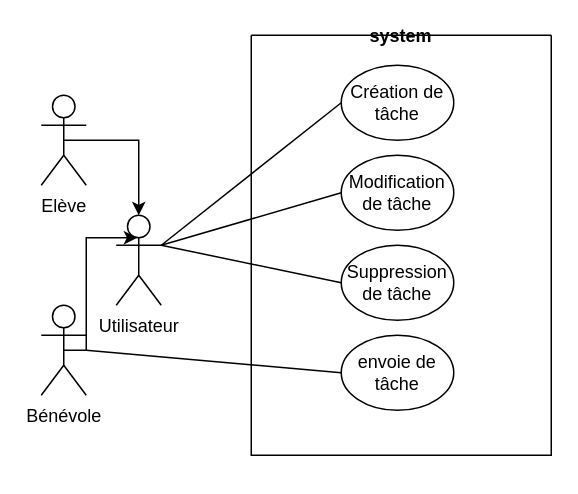
Before: UserCaseGestionTaches.drawio in ThomasOCRPython/P2-design, a draw.io diagram. Source tidied: cells renumbered, new cells numbered last; positions are measured from the earlier drawing's top-left corner, leaving out a move shared by most shapes. Both pictures are drawn from the tidied source at 150%, with x=0, y=0 at pixel (40, 34).
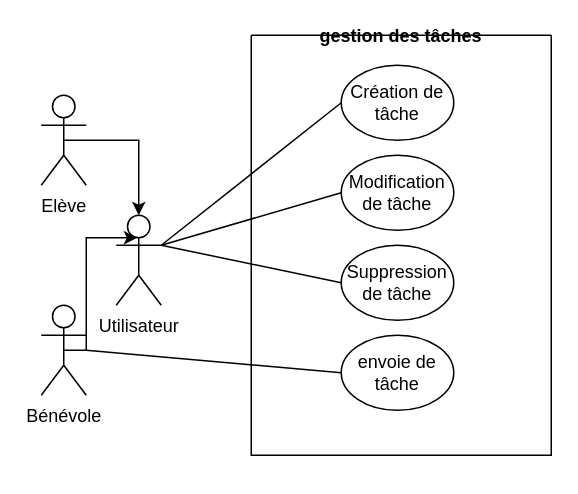
Above is the later version.

Diff of the diagram source:
```diff
@@
 <mxGraphModel>
   <root>
     <mxCell id="0" />
     <mxCell id="1" parent="0" />
     <mxCell id="2" value="Utilisateur" style="shape=umlActor;verticalLabelPosition=bottom;verticalAlign=top;html=1;outlineConnect=0;" parent="1" vertex="1">
       <mxGeometry x="50" y="120" width="30" height="60" as="geometry" />
     </mxCell>
     <mxCell id="3" style="edgeStyle=orthogonalEdgeStyle;rounded=0;jettySize=auto;html=1;exitX=0.5;exitY=0.5;exitDx=0;exitDy=0;exitPerimeter=0;entryX=0.467;entryY=0.25;entryDx=0;entryDy=0;entryPerimeter=0;" parent="1" edge="1" source="4" target="2">
       <mxGeometry relative="1" as="geometry">
         <Array as="points">
           <mxPoint x="30" y="210" />
           <mxPoint x="30" y="135" />
         </Array>
       </mxGeometry>
     </mxCell>
     <mxCell id="4" value="Bénévole" style="shape=umlActor;verticalLabelPosition=bottom;verticalAlign=top;html=1;outlineConnect=0;" parent="1" vertex="1">
       <mxGeometry y="180" width="30" height="60" as="geometry" />
     </mxCell>
     <mxCell id="5" style="edgeStyle=orthogonalEdgeStyle;rounded=0;jettySize=auto;html=1;exitX=0.5;exitY=0.5;exitDx=0;exitDy=0;exitPerimeter=0;" parent="1" edge="1" source="6" target="2">
       <mxGeometry relative="1" as="geometry" />
     </mxCell>
     <mxCell id="6" value="Elève" style="shape=umlActor;verticalLabelPosition=bottom;verticalAlign=top;html=1;outlineConnect=0;" parent="1" vertex="1">
       <mxGeometry y="40" width="30" height="60" as="geometry" />
     </mxCell>
-    <mxCell id="7" value="system" style="swimlane;startSize=0;" parent="1" vertex="1">
+    <mxCell id="7" value="gestion des tâches" style="swimlane;startSize=0;" parent="1" vertex="1">
       <mxGeometry x="140" width="200" height="280" as="geometry" />
     </mxCell>
     <mxCell id="8" value="Création de tâche" style="ellipse;whiteSpace=wrap;html=1;" parent="7" vertex="1">
       <mxGeometry x="60" y="20" width="75" height="50" as="geometry" />
     </mxCell>
     <mxCell id="9" value="Modification de tâche" style="ellipse;whiteSpace=wrap;html=1;" parent="7" vertex="1">
       <mxGeometry x="60" y="80" width="75" height="50" as="geometry" />
     </mxCell>
     <mxCell id="10" value="envoie de tâche" style="ellipse;whiteSpace=wrap;html=1;" parent="7" vertex="1">
       <mxGeometry x="60" y="200" width="75" height="50" as="geometry" />
     </mxCell>
     <mxCell id="11" value="Suppression de tâche" style="ellipse;whiteSpace=wrap;html=1;" parent="7" vertex="1">
       <mxGeometry x="60" y="140" width="75" height="50" as="geometry" />
     </mxCell>
     <mxCell id="12" style="edgeStyle=orthogonalEdgeStyle;rounded=0;orthogonalLoop=1;jettySize=auto;html=1;exitX=0.5;exitY=1;exitDx=0;exitDy=0;" parent="1" edge="1" source="7" target="7">
       <mxGeometry relative="1" as="geometry" />
     </mxCell>
     <mxCell id="13" style="endArrow=none;html=1;entryX=0;entryY=0.5;entryDx=0;entryDy=0;" parent="1" edge="1" target="10">
       <mxGeometry relative="1" as="geometry">
         <mxPoint x="30" y="210" as="sourcePoint" />
       </mxGeometry>
     </mxCell>
     <mxCell id="14" style="endArrow=none;html=1;entryX=0;entryY=0.5;entryDx=0;entryDy=0;exitX=1;exitY=0.3333333333333333;exitDx=0;exitDy=0;exitPerimeter=0;" parent="1" edge="1" source="2" target="11">
       <mxGeometry relative="1" as="geometry" />
     </mxCell>
     <mxCell id="15" style="endArrow=none;html=1;entryX=0;entryY=0.5;entryDx=0;entryDy=0;" parent="1" edge="1" target="9">
       <mxGeometry relative="1" as="geometry">
         <mxPoint x="80" y="140" as="sourcePoint" />
       </mxGeometry>
     </mxCell>
     <mxCell id="16" style="endArrow=none;html=1;exitX=1;exitY=0.3333333333333333;exitDx=0;exitDy=0;exitPerimeter=0;entryX=0;entryY=0.5;entryDx=0;entryDy=0;" parent="1" edge="1" source="2" target="8">
       <mxGeometry relative="1" as="geometry" />
     </mxCell>
   </root>
 </mxGraphModel>
```
